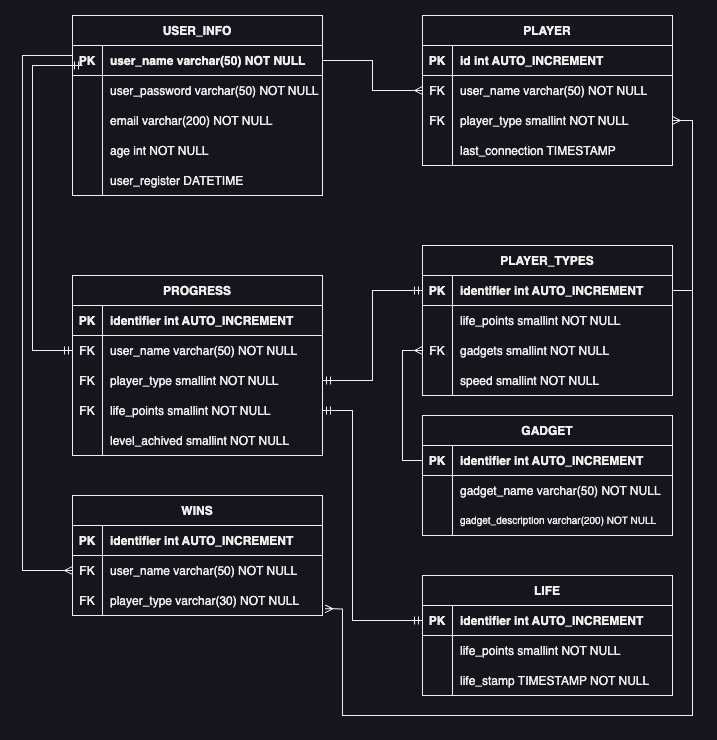
The draw.io diagram Database/DATABASE_SHADOW.png in Paulaverdugo/TC2005B_Team2, before a commit. Source tidied: cells renumbered, new cells last; positions are measured from the earlier drawing's top-left corner, leaving out a move shared by most shapes.
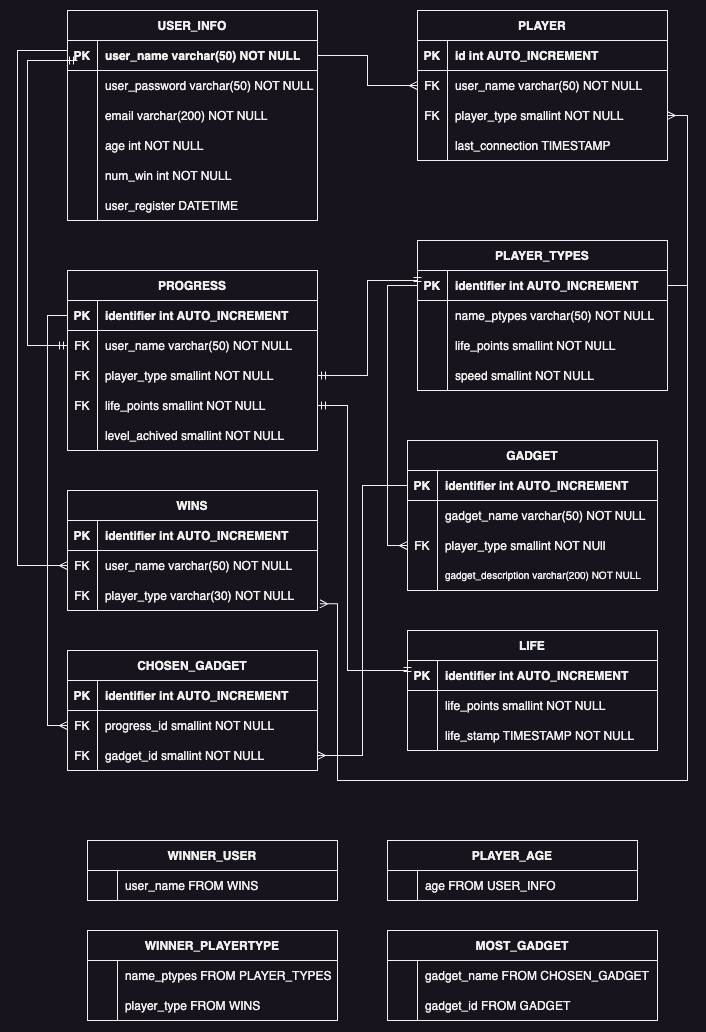
Later version of the same file.

Commit message:
added the homework pdf, craeted new diagram and updated data

Change to the diagram source:
```diff
@@ -3,7 +3,7 @@
     <mxCell id="0" />
     <mxCell id="1" parent="0" />
     <mxCell id="2" value="USER_INFO" style="shape=table;startSize=30;rowLines=0;fontStyle=1;align=center;" parent="1" vertex="1">
-      <mxGeometry x="50" width="250" height="180" as="geometry" />
+      <mxGeometry x="50" width="250" height="210" as="geometry" />
     </mxCell>
     <mxCell id="3" style="shape=partialRectangle;fillColor=none;points=[[0,0.5],[1,0.5]];portConstraint=eastwest;top=0;left=0;right=0;bottom=1;" parent="2" vertex="1">
       <mxGeometry y="30" width="250" height="30" as="geometry" />
@@ -41,8 +41,17 @@
     <mxCell id="14" value="age int NOT NULL" style="shape=partialRectangle;overflow=hidden;fillColor=none;top=0;left=0;bottom=0;right=0;align=left;spacingLeft=6;" parent="12" vertex="1">
       <mxGeometry x="30" width="220" height="30" as="geometry" />
     </mxCell>
+    <mxCell id="98" style="shape=partialRectangle;fillColor=none;top=0;left=0;right=0;bottom=0;" parent="2" vertex="1">
+      <mxGeometry y="150" width="250" height="30" as="geometry" />
+    </mxCell>
+    <mxCell id="99" style="shape=partialRectangle;overflow=hidden;fillColor=none;top=0;left=0;bottom=0;right=0;" parent="98" vertex="1">
+      <mxGeometry width="30" height="30" as="geometry" />
+    </mxCell>
+    <mxCell id="100" value="num_win int NOT NULL" style="shape=partialRectangle;overflow=hidden;fillColor=none;top=0;left=0;bottom=0;right=0;align=left;spacingLeft=6;" parent="98" vertex="1">
+      <mxGeometry x="30" width="220" height="30" as="geometry" />
+    </mxCell>
     <mxCell id="15" style="shape=partialRectangle;fillColor=none;top=0;left=0;right=0;bottom=0;" parent="2" vertex="1">
-      <mxGeometry y="150" width="250" height="30" as="geometry" />
+      <mxGeometry y="180" width="250" height="30" as="geometry" />
     </mxCell>
     <mxCell id="16" style="shape=partialRectangle;overflow=hidden;fillColor=none;top=0;left=0;bottom=0;right=0;" parent="15" vertex="1">
       <mxGeometry width="30" height="30" as="geometry" />
@@ -120,7 +129,7 @@
       <mxGeometry x="30" width="220" height="30" as="geometry" />
     </mxCell>
     <mxCell id="41" value="GADGET" style="shape=table;startSize=30;rowLines=0;fontStyle=1;align=center;" parent="1" vertex="1">
-      <mxGeometry x="400" y="400" width="250" height="120" as="geometry" />
+      <mxGeometry x="390" y="430" width="250" height="150" as="geometry" />
     </mxCell>
     <mxCell id="42" style="shape=partialRectangle;fillColor=none;points=[[0,0.5],[1,0.5]];portConstraint=eastwest;top=0;left=0;right=0;bottom=1;" parent="41" vertex="1">
       <mxGeometry y="30" width="250" height="30" as="geometry" />
@@ -140,8 +149,17 @@
     <mxCell id="47" value="gadget_name varchar(50) NOT NULL" style="shape=partialRectangle;overflow=hidden;fillColor=none;top=0;left=0;bottom=0;right=0;align=left;spacingLeft=6;" parent="45" vertex="1">
       <mxGeometry x="30" width="220" height="30" as="geometry" />
     </mxCell>
+    <mxCell id="101" style="shape=partialRectangle;fillColor=none;points=[[0,0.5],[1,0.5]];portConstraint=eastwest;top=0;left=0;right=0;bottom=0;" parent="41" vertex="1">
+      <mxGeometry y="90" width="250" height="30" as="geometry" />
+    </mxCell>
+    <mxCell id="102" value="FK" style="shape=partialRectangle;overflow=hidden;fillColor=none;top=0;left=0;bottom=0;right=0;" parent="101" vertex="1">
+      <mxGeometry width="30" height="30" as="geometry" />
+    </mxCell>
+    <mxCell id="103" value="player_type smallint NOT NUll" style="shape=partialRectangle;overflow=hidden;fillColor=none;top=0;left=0;bottom=0;right=0;align=left;spacingLeft=6;" parent="101" vertex="1">
+      <mxGeometry x="30" width="220" height="30" as="geometry" />
+    </mxCell>
     <mxCell id="48" style="shape=partialRectangle;fillColor=none;top=0;left=0;right=0;bottom=0;" parent="41" vertex="1">
-      <mxGeometry y="90" width="250" height="30" as="geometry" />
+      <mxGeometry y="120" width="250" height="30" as="geometry" />
     </mxCell>
     <mxCell id="49" style="shape=partialRectangle;overflow=hidden;fillColor=none;top=0;left=0;bottom=0;right=0;" parent="48" vertex="1">
       <mxGeometry width="30" height="30" as="geometry" />
@@ -198,7 +216,7 @@
       <mxGeometry x="30" width="220" height="30" as="geometry" />
     </mxCell>
     <mxCell id="67" value="LIFE" style="shape=table;startSize=30;rowLines=0;fontStyle=1;align=center;" parent="1" vertex="1">
-      <mxGeometry x="400" y="560" width="250" height="120" as="geometry" />
+      <mxGeometry x="390" y="620" width="250" height="120" as="geometry" />
     </mxCell>
     <mxCell id="68" style="shape=partialRectangle;fillColor=none;points=[[0,0.5],[1,0.5]];portConstraint=eastwest;top=0;left=0;right=0;bottom=1;" parent="67" vertex="1">
       <mxGeometry y="30" width="250" height="30" as="geometry" />
@@ -245,18 +263,18 @@
     <mxCell id="82" style="shape=partialRectangle;overflow=hidden;fillColor=none;top=0;left=0;bottom=0;right=0;" parent="81" vertex="1">
       <mxGeometry width="30" height="30" as="geometry" />
     </mxCell>
-    <mxCell id="83" value="life_points smallint NOT NULL" style="shape=partialRectangle;overflow=hidden;fillColor=none;top=0;left=0;bottom=0;right=0;align=left;spacingLeft=6;" parent="81" vertex="1">
+    <mxCell id="83" value="name_ptypes varchar(50) NOT NULL" style="shape=partialRectangle;overflow=hidden;fillColor=none;top=0;left=0;bottom=0;right=0;align=left;spacingLeft=6;" parent="81" vertex="1">
       <mxGeometry x="30" width="220" height="30" as="geometry" />
     </mxCell>
-    <mxCell id="84" style="shape=partialRectangle;fillColor=none;points=[[0,0.5],[1,0.5]];portConstraint=eastwest;top=0;left=0;right=0;bottom=0;" parent="77" vertex="1">
-      <mxGeometry y="90" width="250" height="30" as="geometry" />
-    </mxCell>
-    <mxCell id="85" value="FK" style="shape=partialRectangle;overflow=hidden;fillColor=none;top=0;left=0;bottom=0;right=0;" parent="84" vertex="1">
-      <mxGeometry width="30" height="30" as="geometry" />
-    </mxCell>
-    <mxCell id="86" value="gadgets smallint NOT NULL" style="shape=partialRectangle;overflow=hidden;fillColor=none;top=0;left=0;bottom=0;right=0;align=left;spacingLeft=6;" parent="84" vertex="1">
-      <mxGeometry x="30" width="220" height="30" as="geometry" />
-    </mxCell>
+    <mxCell id="104" style="shape=partialRectangle;fillColor=none;top=0;left=0;right=0;bottom=0;" parent="77" vertex="1">
+      <mxGeometry y="90" width="250" height="30" as="geometry" />
+    </mxCell>
+    <mxCell id="105" style="shape=partialRectangle;overflow=hidden;fillColor=none;top=0;left=0;bottom=0;right=0;" parent="104" vertex="1">
+      <mxGeometry width="30" height="30" as="geometry" />
+    </mxCell>
+    <mxCell id="106" value="life_points smallint NOT NULL" style="shape=partialRectangle;overflow=hidden;fillColor=none;top=0;left=0;bottom=0;right=0;align=left;spacingLeft=6;" parent="104" vertex="1">
+      <mxGeometry x="30" width="220" height="30" as="geometry" />
+    </mxCell>
     <mxCell id="87" style="shape=partialRectangle;fillColor=none;top=0;left=0;right=0;bottom=0;" parent="77" vertex="1">
       <mxGeometry y="120" width="250" height="30" as="geometry" />
     </mxCell>
@@ -269,9 +287,6 @@
     <mxCell id="90" style="edgeStyle=orthogonalEdgeStyle;rounded=0;jettySize=auto;html=1;exitX=1;exitY=0.5;exitDx=0;exitDy=0;entryX=0;entryY=0.5;entryDx=0;entryDy=0;endArrow=ERmany;endFill=0;" parent="1" edge="1" source="3" target="22">
       <mxGeometry relative="1" as="geometry" />
     </mxCell>
-    <mxCell id="91" style="edgeStyle=orthogonalEdgeStyle;rounded=0;jettySize=auto;html=1;exitX=0;exitY=0.5;exitDx=0;exitDy=0;entryX=0;entryY=0.5;entryDx=0;entryDy=0;endArrow=ERmany;endFill=0;" parent="1" edge="1" source="42" target="84">
-      <mxGeometry relative="1" as="geometry" />
-    </mxCell>
     <mxCell id="92" style="edgeStyle=orthogonalEdgeStyle;rounded=0;jettySize=auto;html=1;exitX=0;exitY=0.5;exitDx=0;exitDy=0;entryX=0;entryY=0.5;entryDx=0;entryDy=0;endArrow=ERmany;endFill=0;" parent="1" edge="1" target="35">
       <mxGeometry relative="1" as="geometry">
         <mxPoint x="50" y="75" as="sourcePoint" />
@@ -285,7 +300,8 @@
     <mxCell id="93" style="edgeStyle=orthogonalEdgeStyle;rounded=0;jettySize=auto;html=1;exitX=0;exitY=0.5;exitDx=0;exitDy=0;entryX=1;entryY=0.5;entryDx=0;entryDy=0;startArrow=ERmandOne;startFill=0;endArrow=ERmandOne;endFill=0;" parent="1" edge="1" source="68" target="61">
       <mxGeometry relative="1" as="geometry">
         <Array as="points">
-          <mxPoint x="330" y="605" />
+          <mxPoint x="390" y="660" />
+          <mxPoint x="330" y="660" />
           <mxPoint x="330" y="395" />
         </Array>
       </mxGeometry>
@@ -297,14 +313,20 @@
       <mxGeometry relative="1" as="geometry">
         <Array as="points">
           <mxPoint x="670" y="275" />
-          <mxPoint x="670" y="700" />
-          <mxPoint x="320" y="700" />
+          <mxPoint x="670" y="770" />
+          <mxPoint x="320" y="770" />
           <mxPoint x="320" y="593" />
         </Array>
       </mxGeometry>
     </mxCell>
     <mxCell id="96" style="edgeStyle=orthogonalEdgeStyle;rounded=0;jettySize=auto;html=1;exitX=0;exitY=0.5;exitDx=0;exitDy=0;entryX=1;entryY=0.5;entryDx=0;entryDy=0;startArrow=ERmandOne;startFill=0;endArrow=ERmandOne;endFill=0;" parent="1" edge="1" source="78" target="58">
-      <mxGeometry relative="1" as="geometry" />
+      <mxGeometry relative="1" as="geometry">
+        <Array as="points">
+          <mxPoint x="400" y="270" />
+          <mxPoint x="350" y="270" />
+          <mxPoint x="350" y="365" />
+        </Array>
+      </mxGeometry>
     </mxCell>
     <mxCell id="97" style="edgeStyle=orthogonalEdgeStyle;rounded=0;jettySize=auto;html=1;exitX=0;exitY=0.5;exitDx=0;exitDy=0;startArrow=ERmandOne;startFill=0;endArrow=ERmandOne;endFill=0;" parent="1" edge="1" source="55">
       <mxGeometry relative="1" as="geometry">
@@ -316,5 +338,110 @@
         </Array>
       </mxGeometry>
     </mxCell>
+    <mxCell id="107" style="edgeStyle=orthogonalEdgeStyle;rounded=0;jettySize=auto;html=1;entryX=0;entryY=0.5;entryDx=0;entryDy=0;endArrow=ERmany;endFill=0;" parent="1" edge="1" source="78" target="101">
+      <mxGeometry relative="1" as="geometry" />
+    </mxCell>
+    <mxCell id="108" value="CHOSEN_GADGET" style="shape=table;startSize=30;rowLines=0;fontStyle=1;align=center;" parent="1" vertex="1">
+      <mxGeometry x="50" y="640" width="250" height="120" as="geometry" />
+    </mxCell>
+    <mxCell id="109" style="shape=partialRectangle;fillColor=none;top=0;left=0;right=0;bottom=1;" parent="108" vertex="1">
+      <mxGeometry y="30" width="250" height="30" as="geometry" />
+    </mxCell>
+    <mxCell id="110" value="PK" style="shape=partialRectangle;overflow=hidden;fillColor=none;top=0;left=0;bottom=0;right=0;fontStyle=1;" parent="109" vertex="1">
+      <mxGeometry width="30" height="30" as="geometry" />
+    </mxCell>
+    <mxCell id="111" value="identifier int AUTO_INCREMENT" style="shape=partialRectangle;overflow=hidden;fillColor=none;top=0;left=0;bottom=0;right=0;align=left;spacingLeft=6;fontStyle=1;" parent="109" vertex="1">
+      <mxGeometry x="30" width="220" height="30" as="geometry" />
+    </mxCell>
+    <mxCell id="112" style="shape=partialRectangle;fillColor=none;points=[[0,0.5],[1,0.5]];portConstraint=eastwest;top=0;left=0;right=0;bottom=0;" parent="108" vertex="1">
+      <mxGeometry y="60" width="250" height="30" as="geometry" />
+    </mxCell>
+    <mxCell id="113" value="FK" style="shape=partialRectangle;overflow=hidden;fillColor=none;top=0;left=0;bottom=0;right=0;" parent="112" vertex="1">
+      <mxGeometry width="30" height="30" as="geometry" />
+    </mxCell>
+    <mxCell id="114" value="progress_id smallint NOT NULL" style="shape=partialRectangle;overflow=hidden;fillColor=none;top=0;left=0;bottom=0;right=0;align=left;spacingLeft=6;" parent="112" vertex="1">
+      <mxGeometry x="30" width="220" height="30" as="geometry" />
+    </mxCell>
+    <mxCell id="115" style="shape=partialRectangle;fillColor=none;points=[[0,0.5],[1,0.5]];portConstraint=eastwest;top=0;left=0;right=0;bottom=0;" parent="108" vertex="1">
+      <mxGeometry y="90" width="250" height="30" as="geometry" />
+    </mxCell>
+    <mxCell id="116" value="FK" style="shape=partialRectangle;overflow=hidden;fillColor=none;top=0;left=0;bottom=0;right=0;" parent="115" vertex="1">
+      <mxGeometry width="30" height="30" as="geometry" />
+    </mxCell>
+    <mxCell id="117" value="gadget_id smallint NOT NULL" style="shape=partialRectangle;overflow=hidden;fillColor=none;top=0;left=0;bottom=0;right=0;align=left;spacingLeft=6;" parent="115" vertex="1">
+      <mxGeometry x="30" width="220" height="30" as="geometry" />
+    </mxCell>
+    <mxCell id="118" style="edgeStyle=orthogonalEdgeStyle;rounded=0;jettySize=auto;html=1;exitX=0;exitY=0.5;exitDx=0;exitDy=0;entryX=1;entryY=0.5;entryDx=0;entryDy=0;endArrow=ERmany;endFill=0;" parent="1" edge="1" source="42" target="115">
+      <mxGeometry relative="1" as="geometry" />
+    </mxCell>
+    <mxCell id="119" style="edgeStyle=orthogonalEdgeStyle;rounded=0;jettySize=auto;html=1;exitX=0;exitY=0.5;exitDx=0;exitDy=0;entryX=0;entryY=0.5;entryDx=0;entryDy=0;endArrow=ERmany;endFill=0;" parent="1" edge="1" source="52" target="112">
+      <mxGeometry relative="1" as="geometry" />
+    </mxCell>
+    <mxCell id="120" value="WINNER_USER" style="shape=table;startSize=30;rowLines=0;fontStyle=1;align=center;" parent="1" vertex="1">
+      <mxGeometry x="70" y="830" width="250" height="60" as="geometry" />
+    </mxCell>
+    <mxCell id="121" style="shape=partialRectangle;fillColor=none;top=0;left=0;right=0;bottom=0;" parent="120" vertex="1">
+      <mxGeometry y="30" width="250" height="30" as="geometry" />
+    </mxCell>
+    <mxCell id="122" style="shape=partialRectangle;overflow=hidden;fillColor=none;top=0;left=0;bottom=0;right=0;" parent="121" vertex="1">
+      <mxGeometry width="30" height="30" as="geometry" />
+    </mxCell>
+    <mxCell id="123" value="user_name FROM WINS" style="shape=partialRectangle;overflow=hidden;fillColor=none;top=0;left=0;bottom=0;right=0;align=left;spacingLeft=6;" parent="121" vertex="1">
+      <mxGeometry x="30" width="220" height="30" as="geometry" />
+    </mxCell>
+    <mxCell id="124" value="WINNER_PLAYERTYPE" style="shape=table;startSize=30;rowLines=0;fontStyle=1;align=center;" parent="1" vertex="1">
+      <mxGeometry x="70" y="920" width="250" height="90" as="geometry" />
+    </mxCell>
+    <mxCell id="125" style="shape=partialRectangle;fillColor=none;top=0;left=0;right=0;bottom=0;" parent="124" vertex="1">
+      <mxGeometry y="30" width="250" height="30" as="geometry" />
+    </mxCell>
+    <mxCell id="126" style="shape=partialRectangle;overflow=hidden;fillColor=none;top=0;left=0;bottom=0;right=0;" parent="125" vertex="1">
+      <mxGeometry width="30" height="30" as="geometry" />
+    </mxCell>
+    <mxCell id="127" value="name_ptypes FROM PLAYER_TYPES" style="shape=partialRectangle;overflow=hidden;fillColor=none;top=0;left=0;bottom=0;right=0;align=left;spacingLeft=6;" parent="125" vertex="1">
+      <mxGeometry x="30" width="220" height="30" as="geometry" />
+    </mxCell>
+    <mxCell id="128" style="shape=partialRectangle;fillColor=none;top=0;left=0;right=0;bottom=0;" parent="124" vertex="1">
+      <mxGeometry y="60" width="250" height="30" as="geometry" />
+    </mxCell>
+    <mxCell id="129" style="shape=partialRectangle;overflow=hidden;fillColor=none;top=0;left=0;bottom=0;right=0;" parent="128" vertex="1">
+      <mxGeometry width="30" height="30" as="geometry" />
+    </mxCell>
+    <mxCell id="130" value="player_type FROM WINS" style="shape=partialRectangle;overflow=hidden;fillColor=none;top=0;left=0;bottom=0;right=0;align=left;spacingLeft=6;" parent="128" vertex="1">
+      <mxGeometry x="30" width="220" height="30" as="geometry" />
+    </mxCell>
+    <mxCell id="131" value="PLAYER_AGE" style="shape=table;startSize=30;rowLines=0;fontStyle=1;align=center;" parent="1" vertex="1">
+      <mxGeometry x="370" y="830" width="250" height="60" as="geometry" />
+    </mxCell>
+    <mxCell id="132" style="shape=partialRectangle;fillColor=none;top=0;left=0;right=0;bottom=0;" parent="131" vertex="1">
+      <mxGeometry y="30" width="250" height="30" as="geometry" />
+    </mxCell>
+    <mxCell id="133" style="shape=partialRectangle;overflow=hidden;fillColor=none;top=0;left=0;bottom=0;right=0;" parent="132" vertex="1">
+      <mxGeometry width="30" height="30" as="geometry" />
+    </mxCell>
+    <mxCell id="134" value="age FROM USER_INFO" style="shape=partialRectangle;overflow=hidden;fillColor=none;top=0;left=0;bottom=0;right=0;align=left;spacingLeft=6;" parent="132" vertex="1">
+      <mxGeometry x="30" width="220" height="30" as="geometry" />
+    </mxCell>
+    <mxCell id="135" value="MOST_GADGET" style="shape=table;startSize=30;rowLines=0;fontStyle=1;align=center;" parent="1" vertex="1">
+      <mxGeometry x="370" y="920" width="270" height="90" as="geometry" />
+    </mxCell>
+    <mxCell id="136" style="shape=partialRectangle;fillColor=none;top=0;left=0;right=0;bottom=0;" parent="135" vertex="1">
+      <mxGeometry y="30" width="270" height="30" as="geometry" />
+    </mxCell>
+    <mxCell id="137" style="shape=partialRectangle;overflow=hidden;fillColor=none;top=0;left=0;bottom=0;right=0;" parent="136" vertex="1">
+      <mxGeometry width="30" height="30" as="geometry" />
+    </mxCell>
+    <mxCell id="138" value="gadget_name FROM CHOSEN_GADGET" style="shape=partialRectangle;overflow=hidden;fillColor=none;top=0;left=0;bottom=0;right=0;align=left;spacingLeft=6;" parent="136" vertex="1">
+      <mxGeometry x="30" width="240" height="30" as="geometry" />
+    </mxCell>
+    <mxCell id="139" style="shape=partialRectangle;fillColor=none;top=0;left=0;right=0;bottom=0;" parent="135" vertex="1">
+      <mxGeometry y="60" width="270" height="30" as="geometry" />
+    </mxCell>
+    <mxCell id="140" style="shape=partialRectangle;overflow=hidden;fillColor=none;top=0;left=0;bottom=0;right=0;" parent="139" vertex="1">
+      <mxGeometry width="30" height="30" as="geometry" />
+    </mxCell>
+    <mxCell id="141" value="gadget_id FROM GADGET" style="shape=partialRectangle;overflow=hidden;fillColor=none;top=0;left=0;bottom=0;right=0;align=left;spacingLeft=6;" parent="139" vertex="1">
+      <mxGeometry x="30" width="240" height="30" as="geometry" />
+    </mxCell>
   </root>
 </mxGraphModel>
```
